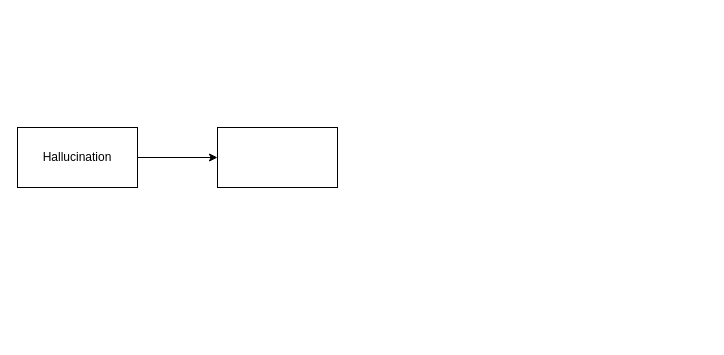
This is DrawElements/RAG-Hallucination-Detection.drawio from ShvenLyons/EvalHallucination, a draw.io file, before an edit. Source tidied: cells renumbered, new cells numbered last; positions are measured from the earlier drawing's top-left corner, leaving out a move shared by most shapes. Both pictures are drawn from the tidied source at 100%, with x=0, y=0 at pixel (17, 127).
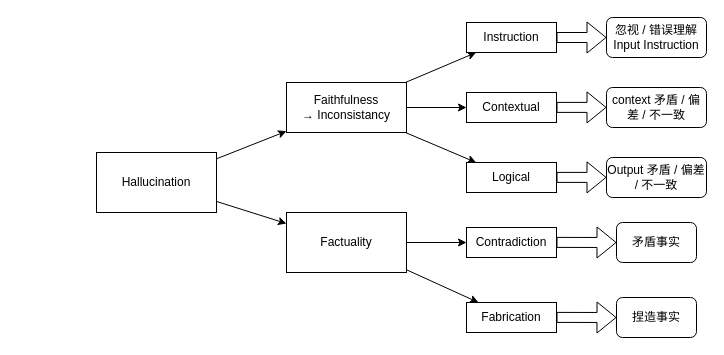
Above is the later version.

The edit, as a diff of the source:
```diff
@@
-    <mxCell id="2" style="edgeStyle=orthogonalEdgeStyle;rounded=0;jettySize=auto;html=1;" parent="1" edge="1" source="3" target="4">
+    <mxCell id="2" style="rounded=0;jettySize=auto;html=1;" parent="1" edge="1" source="3" target="4">
       <mxGeometry relative="1" as="geometry" />
     </mxCell>
+    <mxCell id="5" style="rounded=0;jettySize=auto;html=1;" parent="1" edge="1" source="3" target="11">
+      <mxGeometry relative="1" as="geometry" />
+    </mxCell>
     <mxCell id="3" value="Hallucination" style="rounded=0;whiteSpace=wrap;html=1;" parent="1" vertex="1">
-      <mxGeometry width="120" height="60" as="geometry" />
+      <mxGeometry x="79" y="25" width="120" height="60" as="geometry" />
     </mxCell>
+    <mxCell id="6" style="rounded=0;jettySize=auto;html=1;" parent="1" edge="1" source="4" target="29">
+      <mxGeometry relative="1" as="geometry" />
+    </mxCell>
+    <mxCell id="7" style="rounded=0;jettySize=auto;html=1;" parent="1" edge="1" source="4" target="21">
+      <mxGeometry relative="1" as="geometry" />
+    </mxCell>
+    <mxCell id="8" style="edgeStyle=orthogonalEdgeStyle;rounded=0;jettySize=auto;html=1;" parent="1" edge="1" source="4" target="25">
+      <mxGeometry relative="1" as="geometry" />
+    </mxCell>
-    <mxCell id="4" style="whiteSpace=wrap;html=1;rounded=0;" parent="1" vertex="1">
-      <mxGeometry x="200" width="120" height="60" as="geometry" />
+    <mxCell id="4" value="Faithfulness →&amp;nbsp;Inconsistancy" style="whiteSpace=wrap;html=1;rounded=0;" parent="1" vertex="1">
+      <mxGeometry x="269" y="-45" width="120" height="50" as="geometry" />
     </mxCell>
+    <mxCell id="9" style="rounded=0;jettySize=auto;html=1;" parent="1" edge="1" source="11" target="17">
+      <mxGeometry relative="1" as="geometry" />
+    </mxCell>
+    <mxCell id="10" style="rounded=0;jettySize=auto;html=1;" parent="1" edge="1" source="11" target="13">
+      <mxGeometry relative="1" as="geometry" />
+    </mxCell>
+    <mxCell id="11" value="Factuality" style="rounded=0;whiteSpace=wrap;html=1;" parent="1" vertex="1">
+      <mxGeometry x="269" y="85" width="120" height="60" as="geometry" />
+    </mxCell>
+    <mxCell id="12" style="group;" parent="1" vertex="1">
+      <mxGeometry x="449" y="170" width="230" height="40" as="geometry" />
+    </mxCell>
+    <mxCell id="13" value="Fabrication" style="rounded=0;whiteSpace=wrap;html=1;" parent="12" vertex="1">
+      <mxGeometry y="5" width="90" height="30" as="geometry" />
+    </mxCell>
+    <mxCell id="14" value="捏造事实" style="rounded=1;whiteSpace=wrap;html=1;" parent="12" vertex="1">
+      <mxGeometry x="150" width="80" height="40" as="geometry" />
+    </mxCell>
+    <mxCell id="15" style="shape=flexArrow;endArrow=classic;html=1;rounded=0;exitX=1;exitY=0.5;exitDx=0;exitDy=0;entryX=0;entryY=0.5;entryDx=0;entryDy=0;" parent="12" edge="1" target="14">
+      <mxGeometry relative="1" as="geometry">
+        <mxPoint x="90" y="19.9" as="sourcePoint" />
+      </mxGeometry>
+    </mxCell>
+    <mxCell id="16" style="group;" parent="1" vertex="1">
+      <mxGeometry x="449" y="95" width="230" height="40" as="geometry" />
+    </mxCell>
+    <mxCell id="17" value="Contradiction" style="rounded=0;whiteSpace=wrap;html=1;" parent="16" vertex="1">
+      <mxGeometry y="5" width="90" height="30" as="geometry" />
+    </mxCell>
+    <mxCell id="18" value="矛盾事实" style="rounded=1;whiteSpace=wrap;html=1;" parent="16" vertex="1">
+      <mxGeometry x="150" width="80" height="40" as="geometry" />
+    </mxCell>
+    <mxCell id="19" style="shape=flexArrow;endArrow=classic;html=1;rounded=0;exitX=1;exitY=0.5;exitDx=0;exitDy=0;entryX=0;entryY=0.5;entryDx=0;entryDy=0;" parent="16" edge="1" target="18">
+      <mxGeometry relative="1" as="geometry">
+        <mxPoint x="90" y="19.9" as="sourcePoint" />
+      </mxGeometry>
+    </mxCell>
+    <mxCell id="20" style="group;" parent="1" vertex="1">
+      <mxGeometry x="449" y="30" width="240" height="40" as="geometry" />
+    </mxCell>
+    <mxCell id="21" value="Logical" style="whiteSpace=wrap;html=1;rounded=0;" parent="20" vertex="1">
+      <mxGeometry y="5" width="90" height="30" as="geometry" />
+    </mxCell>
+    <mxCell id="22" value="Output 矛盾 / 偏差 / 不一致" style="rounded=1;whiteSpace=wrap;html=1;" parent="20" vertex="1">
+      <mxGeometry x="140" width="100" height="40" as="geometry" />
+    </mxCell>
+    <mxCell id="23" style="shape=flexArrow;endArrow=classic;html=1;rounded=0;exitX=1;exitY=0.5;exitDx=0;exitDy=0;entryX=0;entryY=0.5;entryDx=0;entryDy=0;" parent="20" edge="1">
+      <mxGeometry relative="1" as="geometry">
+        <mxPoint x="90" y="19.9" as="sourcePoint" />
+        <mxPoint x="140" y="19.9" as="targetPoint" />
+      </mxGeometry>
+    </mxCell>
+    <mxCell id="24" style="group;" parent="1" vertex="1">
+      <mxGeometry x="449" y="-40" width="240" height="40" as="geometry" />
+    </mxCell>
+    <mxCell id="25" value="Contextual" style="whiteSpace=wrap;html=1;rounded=0;" parent="24" vertex="1">
+      <mxGeometry y="5" width="90" height="30" as="geometry" />
+    </mxCell>
+    <mxCell id="26" value="context 矛盾 / 偏差 / 不一致" style="rounded=1;whiteSpace=wrap;html=1;" parent="24" vertex="1">
+      <mxGeometry x="140" width="100" height="40" as="geometry" />
+    </mxCell>
+    <mxCell id="27" style="shape=flexArrow;endArrow=classic;html=1;rounded=0;exitX=1;exitY=0.5;exitDx=0;exitDy=0;entryX=0;entryY=0.5;entryDx=0;entryDy=0;" parent="24" edge="1">
+      <mxGeometry relative="1" as="geometry">
+        <mxPoint x="90" y="19.9" as="sourcePoint" />
+        <mxPoint x="140" y="19.9" as="targetPoint" />
+      </mxGeometry>
+    </mxCell>
+    <mxCell id="28" style="group;" parent="1" vertex="1">
+      <mxGeometry x="449" y="-110" width="240" height="40" as="geometry" />
+    </mxCell>
+    <mxCell id="29" value="Instruction" style="whiteSpace=wrap;html=1;rounded=0;" parent="28" vertex="1">
+      <mxGeometry y="5" width="90" height="30" as="geometry" />
+    </mxCell>
+    <mxCell id="30" value="忽视 / 错误理解 Input Instruction" style="rounded=1;whiteSpace=wrap;html=1;" parent="28" vertex="1">
+      <mxGeometry x="140" width="100" height="40" as="geometry" />
+    </mxCell>
+    <mxCell id="31" style="shape=flexArrow;endArrow=classic;html=1;rounded=0;exitX=1;exitY=0.5;exitDx=0;exitDy=0;entryX=0;entryY=0.5;entryDx=0;entryDy=0;" parent="28" edge="1" source="29" target="30">
+      <mxGeometry relative="1" as="geometry" />
+    </mxCell>
```
